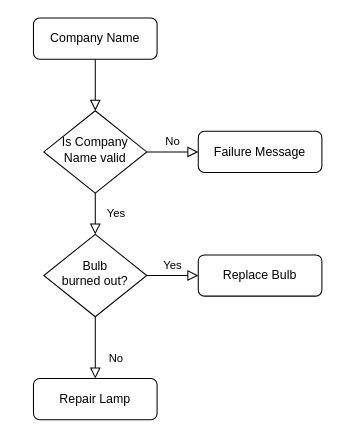
ccruz31/lab13 keeps this draw.io diagram as Untitled Diagram.drawio. Above is the earlier version. Source tidied: cells renumbered, new cells numbered last; positions are measured from the earlier drawing's top-left corner, leaving out a move shared by most shapes. Both pictures are drawn from the tidied source at 103%, with x=0, y=0 at pixel (33, 18).
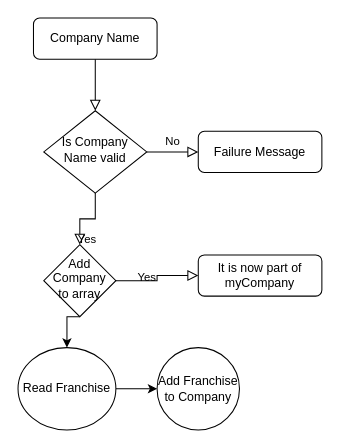
Above is the later version.

What changed in the source:
```diff
@@
 <mxGraphModel>
   <root>
     <mxCell id="0" />
     <mxCell id="1" parent="0" />
     <mxCell id="2" style="rounded=0;html=1;jettySize=auto;fontSize=11;endArrow=block;endFill=0;endSize=8;strokeWidth=1;shadow=0;labelBackgroundColor=none;edgeStyle=orthogonalEdgeStyle;" parent="1" edge="1" source="3" target="6">
       <mxGeometry relative="1" as="geometry" />
     </mxCell>
     <mxCell id="3" value="Company Name" style="rounded=1;whiteSpace=wrap;html=1;fontSize=12;glass=0;strokeWidth=1;shadow=0;" parent="1" vertex="1">
       <mxGeometry width="120" height="40" as="geometry" />
     </mxCell>
     <mxCell id="4" value="Yes" style="rounded=0;html=1;jettySize=auto;fontSize=11;endArrow=block;endFill=0;endSize=8;strokeWidth=1;shadow=0;labelBackgroundColor=none;edgeStyle=orthogonalEdgeStyle;" parent="1" edge="1" source="6" target="10">
       <mxGeometry y="20" relative="1" as="geometry" />
     </mxCell>
     <mxCell id="5" value="No" style="edgeStyle=orthogonalEdgeStyle;rounded=0;html=1;jettySize=auto;fontSize=11;endArrow=block;endFill=0;endSize=8;strokeWidth=1;shadow=0;labelBackgroundColor=none;" parent="1" edge="1" source="6" target="7">
       <mxGeometry y="10" relative="1" as="geometry" />
     </mxCell>
     <mxCell id="6" value="Is Company Name valid" style="rhombus;whiteSpace=wrap;html=1;shadow=0;fontFamily=Helvetica;fontSize=12;align=center;strokeWidth=1;spacing=6;spacingTop=-4;" parent="1" vertex="1">
       <mxGeometry x="10" y="90" width="100" height="80" as="geometry" />
     </mxCell>
     <mxCell id="7" value="Failure Message" style="rounded=1;whiteSpace=wrap;html=1;fontSize=12;glass=0;strokeWidth=1;shadow=0;" parent="1" vertex="1">
       <mxGeometry x="160" y="110" width="120" height="40" as="geometry" />
     </mxCell>
-    <mxCell id="8" value="No" style="rounded=0;html=1;jettySize=auto;fontSize=11;endArrow=block;endFill=0;endSize=8;strokeWidth=1;shadow=0;labelBackgroundColor=none;edgeStyle=orthogonalEdgeStyle;" parent="1" edge="1" source="10" target="11">
-      <mxGeometry x="0.33" y="20" relative="1" as="geometry" />
-    </mxCell>
     <mxCell id="9" value="Yes" style="edgeStyle=orthogonalEdgeStyle;rounded=0;html=1;jettySize=auto;fontSize=11;endArrow=block;endFill=0;endSize=8;strokeWidth=1;shadow=0;labelBackgroundColor=none;" parent="1" edge="1" source="10" target="12">
       <mxGeometry y="10" relative="1" as="geometry" />
     </mxCell>
+    <mxCell id="13" style="edgeStyle=orthogonalEdgeStyle;rounded=0;jettySize=auto;html=1;exitX=0.5;exitY=1;exitDx=0;exitDy=0;entryX=0.5;entryY=0;entryDx=0;entryDy=0;" parent="1" edge="1" source="10" target="15">
+      <mxGeometry relative="1" as="geometry" />
+    </mxCell>
-    <mxCell id="10" value="Bulb&lt;br&gt;burned out?" style="rhombus;whiteSpace=wrap;html=1;shadow=0;fontFamily=Helvetica;fontSize=12;align=center;strokeWidth=1;spacing=6;spacingTop=-4;" parent="1" vertex="1">
-      <mxGeometry x="10" y="210" width="100" height="80" as="geometry" />
+    <mxCell id="10" value="Add Company to array" style="rhombus;whiteSpace=wrap;html=1;shadow=0;fontFamily=Helvetica;fontSize=12;align=center;strokeWidth=1;spacing=6;spacingTop=-4;" parent="1" vertex="1">
+      <mxGeometry x="10" y="220" width="70" height="70" as="geometry" />
     </mxCell>
-    <mxCell id="11" value="Repair Lamp" style="rounded=1;whiteSpace=wrap;html=1;fontSize=12;glass=0;strokeWidth=1;shadow=0;" parent="1" vertex="1">
-      <mxGeometry y="350" width="120" height="40" as="geometry" />
-    </mxCell>
-    <mxCell id="12" value="Replace Bulb" style="rounded=1;whiteSpace=wrap;html=1;fontSize=12;glass=0;strokeWidth=1;shadow=0;" parent="1" vertex="1">
+    <mxCell id="12" value="It is now part of myCompany" style="rounded=1;whiteSpace=wrap;html=1;fontSize=12;glass=0;strokeWidth=1;shadow=0;" parent="1" vertex="1">
       <mxGeometry x="160" y="230" width="120" height="40" as="geometry" />
     </mxCell>
+    <mxCell id="14" style="edgeStyle=orthogonalEdgeStyle;rounded=0;jettySize=auto;html=1;exitX=1;exitY=0.5;exitDx=0;exitDy=0;entryX=0;entryY=0.5;entryDx=0;entryDy=0;" parent="1" edge="1" source="15" target="16">
+      <mxGeometry relative="1" as="geometry" />
+    </mxCell>
+    <mxCell id="15" value="Read Franchise" style="ellipse;whiteSpace=wrap;html=1;" parent="1" vertex="1">
+      <mxGeometry x="-15" y="320" width="95" height="80" as="geometry" />
+    </mxCell>
+    <mxCell id="16" value="Add Franchise to Company" style="ellipse;whiteSpace=wrap;html=1;" parent="1" vertex="1">
+      <mxGeometry x="120" y="320" width="80" height="80" as="geometry" />
+    </mxCell>
   </root>
 </mxGraphModel>
```
